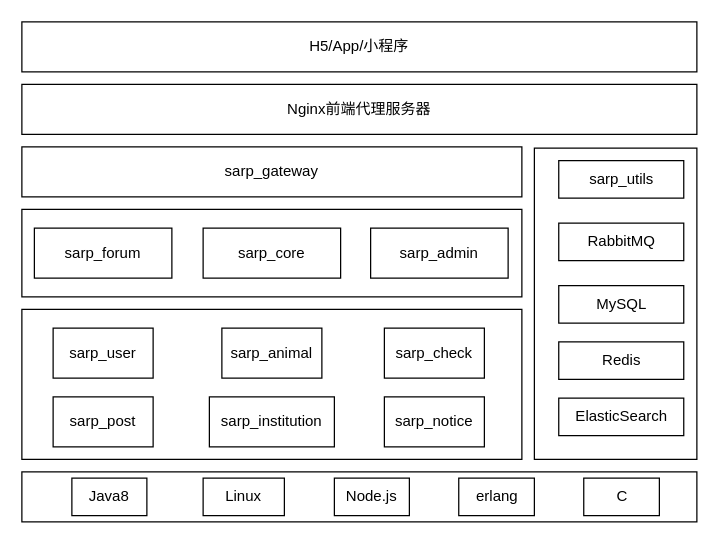
Earlier version of the draw.io diagram 大四/毕业论文/系统架构.drawio (Maxbao-super/northwest_university). Source tidied: cells renumbered, new cells numbered last; positions are measured from the earlier drawing's top-left corner, leaving out a move shared by most shapes. Both pictures are drawn from the tidied source at 125%, with x=0, y=0 at pixel (21, 21).
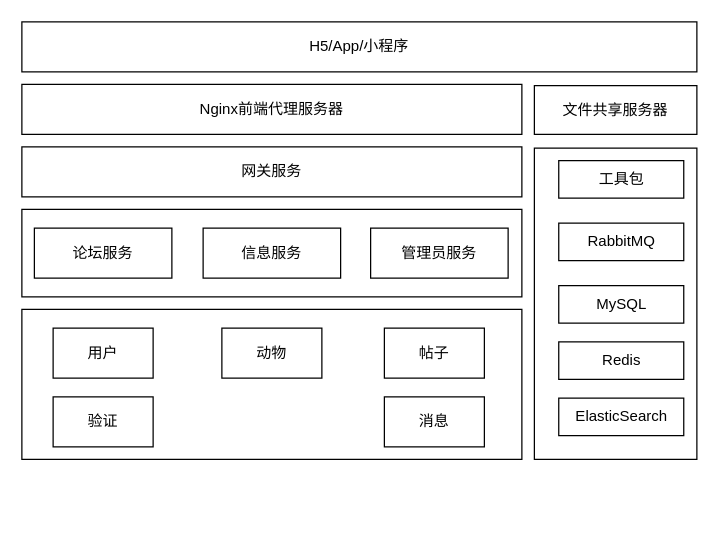
Above is the later version.

Commit message (it also covers changes not shown here):
use case

Change to the diagram source:
```diff
@@
-    <mxCell id="2" style="rounded=0;whiteSpace=wrap;html=1;" parent="1" vertex="1">
-      <mxGeometry y="360" width="540" height="40" as="geometry" />
-    </mxCell>
@@
     <mxCell id="5" value="Nginx前端代理服务器" style="rounded=0;whiteSpace=wrap;html=1;" parent="1" vertex="1">
-      <mxGeometry y="50" width="540" height="40" as="geometry" />
+      <mxGeometry y="50" width="400" height="40" as="geometry" />
     </mxCell>
-    <mxCell id="6" value="sarp_gateway" style="rounded=0;whiteSpace=wrap;html=1;" parent="1" vertex="1">
+    <mxCell id="6" value="网关服务" style="rounded=0;whiteSpace=wrap;html=1;" parent="1" vertex="1">
       <mxGeometry y="100" width="400" height="40" as="geometry" />
     </mxCell>
@@
-    <mxCell id="9" value="sarp_forum" style="rounded=0;whiteSpace=wrap;html=1;" parent="1" vertex="1">
+    <mxCell id="9" value="论坛服务" style="rounded=0;whiteSpace=wrap;html=1;" parent="1" vertex="1">
       <mxGeometry x="10" y="165" width="110" height="40" as="geometry" />
     </mxCell>
-    <mxCell id="10" value="sarp_core" style="rounded=0;whiteSpace=wrap;html=1;" parent="1" vertex="1">
+    <mxCell id="10" value="信息服务" style="rounded=0;whiteSpace=wrap;html=1;" parent="1" vertex="1">
       <mxGeometry x="145" y="165" width="110" height="40" as="geometry" />
     </mxCell>
-    <mxCell id="11" value="sarp_admin" style="rounded=0;whiteSpace=wrap;html=1;" parent="1" vertex="1">
+    <mxCell id="11" value="管理员服务" style="rounded=0;whiteSpace=wrap;html=1;" parent="1" vertex="1">
       <mxGeometry x="279" y="165" width="110" height="40" as="geometry" />
     </mxCell>
-    <mxCell id="12" value="sarp_user" style="rounded=0;whiteSpace=wrap;html=1;" parent="1" vertex="1">
+    <mxCell id="12" value="用户" style="rounded=0;whiteSpace=wrap;html=1;" parent="1" vertex="1">
       <mxGeometry x="25" y="245" width="80" height="40" as="geometry" />
     </mxCell>
-    <mxCell id="13" value="sarp_animal" style="rounded=0;whiteSpace=wrap;html=1;" parent="1" vertex="1">
+    <mxCell id="13" value="动物" style="rounded=0;whiteSpace=wrap;html=1;" parent="1" vertex="1">
       <mxGeometry x="160" y="245" width="80" height="40" as="geometry" />
     </mxCell>
-    <mxCell id="14" value="sarp_check" style="rounded=0;whiteSpace=wrap;html=1;" parent="1" vertex="1">
+    <mxCell id="14" value="帖子" style="rounded=0;whiteSpace=wrap;html=1;" parent="1" vertex="1">
       <mxGeometry x="290" y="245" width="80" height="40" as="geometry" />
     </mxCell>
-    <mxCell id="15" value="sarp_notice" style="rounded=0;whiteSpace=wrap;html=1;" parent="1" vertex="1">
+    <mxCell id="15" value="消息" style="rounded=0;whiteSpace=wrap;html=1;" parent="1" vertex="1">
       <mxGeometry x="290" y="300" width="80" height="40" as="geometry" />
     </mxCell>
-    <mxCell id="16" value="sarp_institution" style="rounded=0;whiteSpace=wrap;html=1;" parent="1" vertex="1">
-      <mxGeometry x="150" y="300" width="100" height="40" as="geometry" />
-    </mxCell>
-    <mxCell id="17" value="sarp_post" style="rounded=0;whiteSpace=wrap;html=1;" parent="1" vertex="1">
+    <mxCell id="17" value="验证" style="rounded=0;whiteSpace=wrap;html=1;" parent="1" vertex="1">
       <mxGeometry x="25" y="300" width="80" height="40" as="geometry" />
     </mxCell>
-    <mxCell id="18" value="sarp_utils" style="rounded=0;whiteSpace=wrap;html=1;" parent="1" vertex="1">
+    <mxCell id="18" value="工具包" style="rounded=0;whiteSpace=wrap;html=1;" parent="1" vertex="1">
       <mxGeometry x="429.5" y="111" width="100" height="30" as="geometry" />
     </mxCell>
@@
-    <mxCell id="23" value="Java8" style="rounded=0;whiteSpace=wrap;html=1;" parent="1" vertex="1">
-      <mxGeometry x="40" y="365" width="60" height="30" as="geometry" />
-    </mxCell>
-    <mxCell id="24" value="Linux" style="rounded=0;whiteSpace=wrap;html=1;" parent="1" vertex="1">
-      <mxGeometry x="145" y="365" width="65" height="30" as="geometry" />
-    </mxCell>
-    <mxCell id="25" value="Node.js" style="rounded=0;whiteSpace=wrap;html=1;" parent="1" vertex="1">
-      <mxGeometry x="250" y="365" width="60" height="30" as="geometry" />
-    </mxCell>
-    <mxCell id="26" value="erlang" style="rounded=0;whiteSpace=wrap;html=1;" parent="1" vertex="1">
-      <mxGeometry x="349.5" y="365" width="60.5" height="30" as="geometry" />
-    </mxCell>
-    <mxCell id="27" value="C" style="rounded=0;whiteSpace=wrap;html=1;" parent="1" vertex="1">
-      <mxGeometry x="449.5" y="365" width="60.5" height="30" as="geometry" />
-    </mxCell>
+    <mxCell id="28" value="文件共享服务器" style="rounded=0;whiteSpace=wrap;html=1;" parent="1" vertex="1">
+      <mxGeometry x="410" y="51" width="130" height="39" as="geometry" />
+    </mxCell>
```
